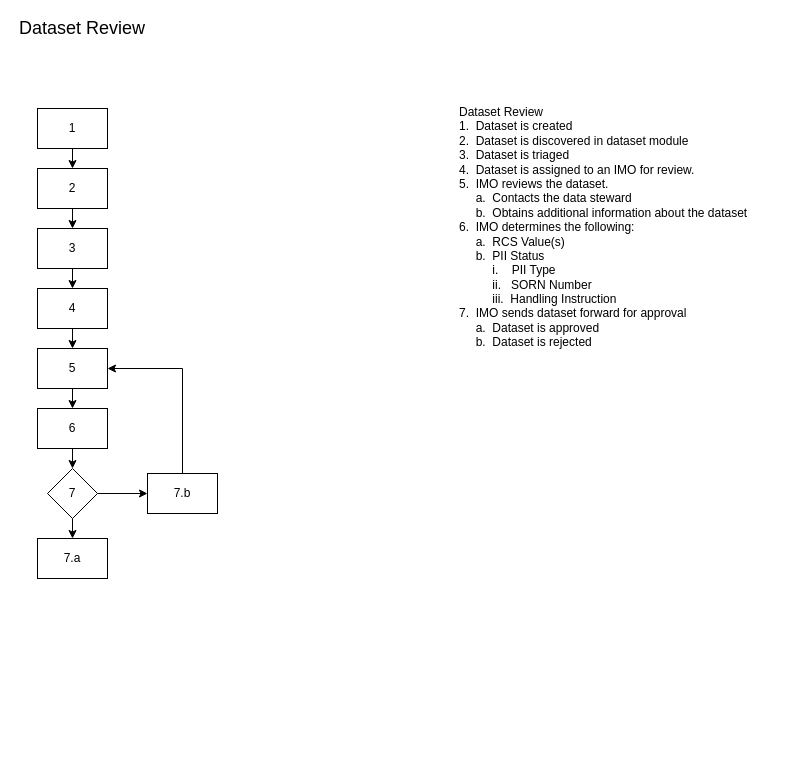
Above: page "Dataset Review WorkFlow" (2 of 5) of Drawings/Eva/Dataset/Dataset.drawio in flare891/rmslow (draw.io), before the change. Source tidied: cells renumbered, new cells numbered last; positions are measured from the earlier drawing's top-left corner, leaving out a move shared by most shapes. Both pictures are drawn from the tidied source at 100%, with x=0, y=0 at pixel (17, 18).
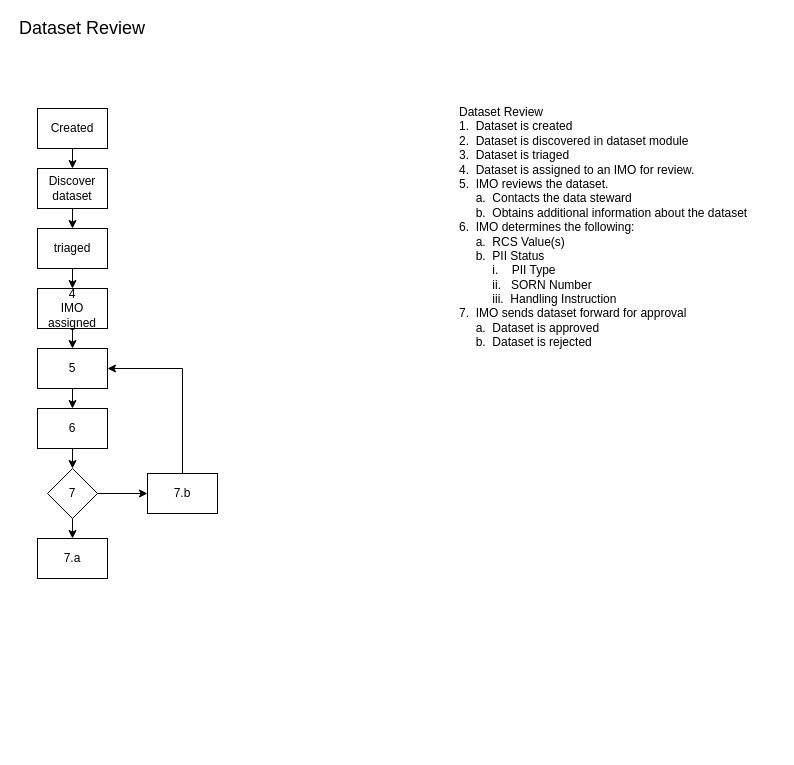
The same diagram, later.

Change to the diagram source:
```diff
@@
-    <mxCell id="4" value="1" style="rounded=0;whiteSpace=wrap;html=1;" parent="1" vertex="1">
+    <mxCell id="4" value="Created" style="rounded=0;whiteSpace=wrap;html=1;" parent="1" vertex="1">
       <mxGeometry x="20" y="90" width="70" height="40" as="geometry" />
     </mxCell>
@@
-    <mxCell id="6" value="2" style="rounded=0;whiteSpace=wrap;html=1;" parent="1" vertex="1">
+    <mxCell id="6" value="Discover dataset" style="rounded=0;whiteSpace=wrap;html=1;" parent="1" vertex="1">
       <mxGeometry x="20" y="150" width="70" height="40" as="geometry" />
     </mxCell>
@@
-    <mxCell id="8" value="3" style="rounded=0;whiteSpace=wrap;html=1;" parent="1" vertex="1">
+    <mxCell id="8" value="triaged" style="rounded=0;whiteSpace=wrap;html=1;" parent="1" vertex="1">
       <mxGeometry x="20" y="210" width="70" height="40" as="geometry" />
     </mxCell>
@@
-    <mxCell id="11" value="4" style="rounded=0;whiteSpace=wrap;html=1;" parent="1" vertex="1">
+    <mxCell id="11" value="4&lt;br&gt;IMO assigned" style="rounded=0;whiteSpace=wrap;html=1;" parent="1" vertex="1">
       <mxGeometry x="20" y="270" width="70" height="40" as="geometry" />
     </mxCell>
```
